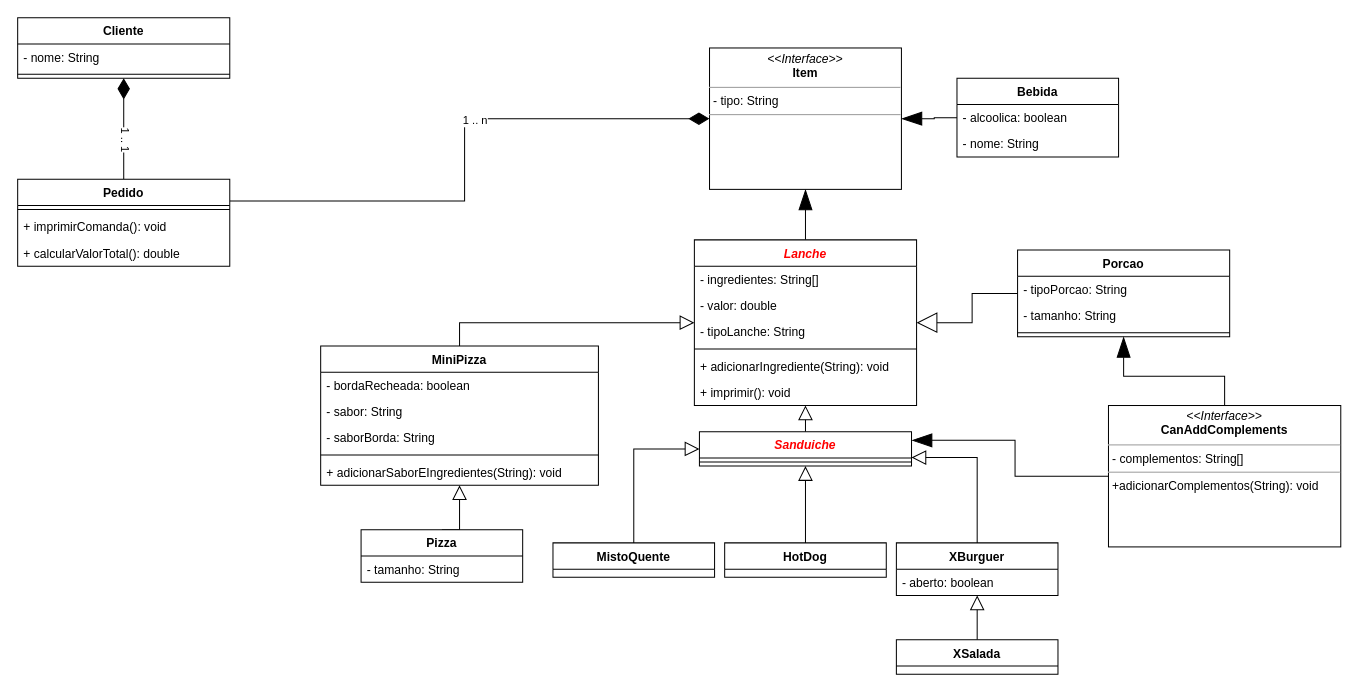
Above: page "Page-1" (1 of 4) of diagramas.drawio in hannaBanannaOF/entra21-git-inicio (draw.io), before the change. Source tidied: cells renumbered, new cells numbered last; positions are measured from the earlier drawing's top-left corner, leaving out a move shared by most shapes. Both pictures are drawn from the tidied source at 101%, with x=0, y=0 at pixel (17, 17).
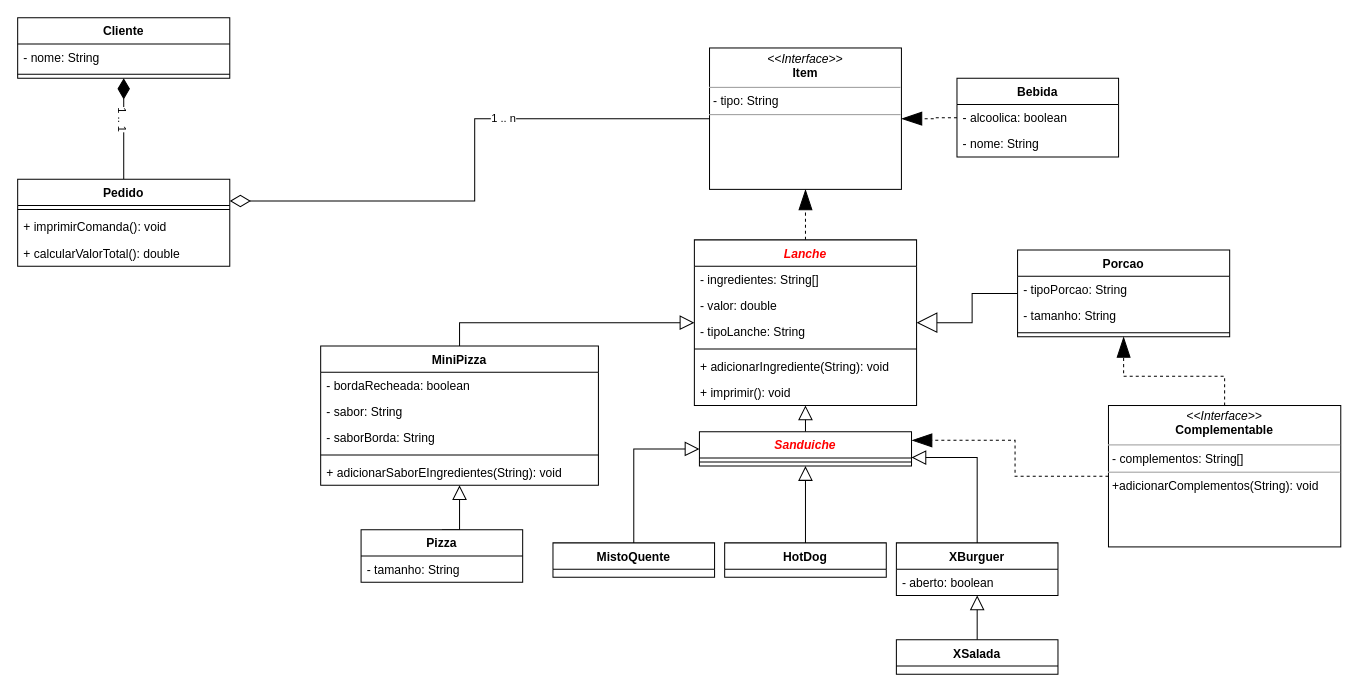
The same diagram, later.

The change refers to these unchanged cells:
```xml
<mxCell id="3" value="Lanche" style="swimlane;fontStyle=3;align=center;verticalAlign=top;horizontal=1;startSize=26;fontColor=#FF0000;" parent="1" vertex="1">
  <mxGeometry x="670" y="220" width="220" height="164" as="geometry" />
</mxCell>
<mxCell id="22" value="Pedido" style="swimlane;fontStyle=1;align=center;verticalAlign=top;horizontal=1;startSize=26;" parent="1" vertex="1">
  <mxGeometry y="160" width="210" height="86" as="geometry" />
</mxCell>
<mxCell id="26" value="Cliente" style="swimlane;fontStyle=1;align=center;verticalAlign=top;horizontal=1;startSize=26;" parent="1" vertex="1">
  <mxGeometry width="210" height="60" as="geometry" />
</mxCell>
<mxCell id="37" value="Sanduiche" style="swimlane;fontStyle=3;align=center;verticalAlign=top;horizontal=1;startSize=26;fontColor=#FF0000;" parent="1" vertex="1">
  <mxGeometry x="675" y="410" width="210" height="34" as="geometry" />
</mxCell>
<mxCell id="44" value="Bebida" style="swimlane;fontStyle=1;align=center;verticalAlign=top;horizontal=1;startSize=26;" parent="1" vertex="1">
  <mxGeometry x="930" y="60" width="160" height="78" as="geometry" />
</mxCell>
<mxCell id="47" value="&lt;p style=&quot;margin:0px;margin-top:4px;text-align:center;&quot;&gt;&lt;i&gt;&amp;lt;&amp;lt;Interface&amp;gt;&amp;gt;&lt;/i&gt;&lt;br&gt;&lt;b&gt;Item&lt;/b&gt;&lt;/p&gt;&lt;hr size=&quot;1&quot;&gt;&lt;p style=&quot;margin:0px;margin-left:4px;&quot;&gt;- tipo: String&lt;br&gt;&lt;/p&gt;&lt;hr size=&quot;1&quot;&gt;&lt;p style=&quot;margin:0px;margin-left:4px;&quot;&gt;&lt;br&gt;&lt;/p&gt;" style="verticalAlign=top;align=left;overflow=fill;fontSize=12;fontFamily=Helvetica;html=1;" parent="1" vertex="1">
  <mxGeometry x="685" y="30" width="190" height="140" as="geometry" />
</mxCell>
<mxCell id="49" value="Porcao" style="swimlane;fontStyle=1;align=center;verticalAlign=top;horizontal=1;startSize=26;fontColor=#000000;" parent="1" vertex="1">
  <mxGeometry x="990" y="230" width="210" height="86" as="geometry" />
</mxCell>
```

What changed in the source:
```diff
@@
-    <mxCell id="2" style="edgeStyle=orthogonalEdgeStyle;rounded=0;jettySize=auto;html=1;exitX=0.5;exitY=0;exitDx=0;exitDy=0;entryX=0.5;entryY=1;entryDx=0;entryDy=0;endArrow=blockThin;endFill=1;endSize=18;" parent="1" edge="1" source="3" target="47">
+    <mxCell id="2" style="edgeStyle=orthogonalEdgeStyle;rounded=0;jettySize=auto;html=1;exitX=0.5;exitY=0;exitDx=0;exitDy=0;entryX=0.5;entryY=1;entryDx=0;entryDy=0;endArrow=blockThin;endFill=1;endSize=18;dashed=1;" parent="1" edge="1" source="3" target="47">
       <mxGeometry relative="1" as="geometry" />
     </mxCell>
@@
-    <mxCell id="18" style="edgeStyle=orthogonalEdgeStyle;rounded=0;jettySize=auto;html=1;exitX=0.5;exitY=0;exitDx=0;exitDy=0;entryX=0.5;entryY=1;entryDx=0;entryDy=0;endArrow=diamondThin;endFill=1;endSize=18;" parent="1" edge="1" source="22" target="26">
+    <mxCell id="18" style="edgeStyle=orthogonalEdgeStyle;rounded=0;jettySize=auto;html=1;exitX=0.5;exitY=0;exitDx=0;exitDy=0;entryX=0.5;entryY=1;entryDx=0;entryDy=0;endArrow=diamondThin;endFill=1;endSize=18;startArrow=none;startFill=0;startSize=18;" parent="1" edge="1" source="22" target="26">
       <mxGeometry relative="1" as="geometry" />
     </mxCell>
     <mxCell id="19" value="1 .. 1" style="edgeLabel;html=1;align=center;verticalAlign=middle;rotation=90;" parent="18" vertex="1">
-      <mxGeometry x="-0.2" y="-3" relative="1" as="geometry" />
+      <mxGeometry x="-0.2" y="-3" relative="1" as="geometry">
+        <mxPoint x="-3" y="-20" as="offset" />
+      </mxGeometry>
     </mxCell>
-    <mxCell id="20" style="edgeStyle=orthogonalEdgeStyle;rounded=0;jettySize=auto;html=1;exitX=1;exitY=0.25;exitDx=0;exitDy=0;entryX=0;entryY=0.5;entryDx=0;entryDy=0;endArrow=diamondThin;endFill=1;endSize=18;" parent="1" edge="1" source="22" target="47">
+    <mxCell id="20" style="edgeStyle=orthogonalEdgeStyle;rounded=0;jettySize=auto;html=1;exitX=1;exitY=0.25;exitDx=0;exitDy=0;entryX=0;entryY=0.5;entryDx=0;entryDy=0;endArrow=none;endFill=0;endSize=18;startArrow=diamondThin;startFill=0;startSize=18;" parent="1" edge="1" source="22" target="47">
       <mxGeometry relative="1" as="geometry" />
     </mxCell>
     <mxCell id="21" value="1 .. n" style="edgeLabel;html=1;align=center;verticalAlign=middle;" parent="20" vertex="1">
       <mxGeometry x="0.16" y="-1" relative="1" as="geometry">
-        <mxPoint x="1" as="offset" />
+        <mxPoint x="27" y="-2" as="offset" />
       </mxGeometry>
     </mxCell>
@@
-    <mxCell id="43" style="edgeStyle=orthogonalEdgeStyle;rounded=0;jettySize=auto;html=1;exitX=0;exitY=0.5;exitDx=0;exitDy=0;entryX=1;entryY=0.5;entryDx=0;entryDy=0;endArrow=blockThin;endFill=1;endSize=18;" parent="1" edge="1" source="44" target="47">
+    <mxCell id="43" style="edgeStyle=orthogonalEdgeStyle;rounded=0;jettySize=auto;html=1;exitX=0;exitY=0.5;exitDx=0;exitDy=0;entryX=1;entryY=0.5;entryDx=0;entryDy=0;endArrow=blockThin;endFill=1;endSize=18;dashed=1;" parent="1" edge="1" source="44" target="47">
       <mxGeometry relative="1" as="geometry" />
     </mxCell>
@@
-    <mxCell id="53" style="edgeStyle=orthogonalEdgeStyle;rounded=0;jettySize=auto;html=1;exitX=0.5;exitY=0;exitDx=0;exitDy=0;entryX=0.5;entryY=1;entryDx=0;entryDy=0;endArrow=blockThin;endFill=1;endSize=18;" parent="1" edge="1" source="55" target="49">
+    <mxCell id="53" style="edgeStyle=orthogonalEdgeStyle;rounded=0;jettySize=auto;html=1;exitX=0.5;exitY=0;exitDx=0;exitDy=0;entryX=0.5;entryY=1;entryDx=0;entryDy=0;endArrow=blockThin;endFill=1;endSize=18;dashed=1;" parent="1" edge="1" source="55" target="49">
       <mxGeometry relative="1" as="geometry" />
     </mxCell>
-    <mxCell id="54" style="edgeStyle=orthogonalEdgeStyle;rounded=0;jettySize=auto;html=1;exitX=0;exitY=0.5;exitDx=0;exitDy=0;entryX=1;entryY=0.25;entryDx=0;entryDy=0;endArrow=blockThin;endFill=1;endSize=18;" parent="1" edge="1" source="55" target="37">
+    <mxCell id="54" style="edgeStyle=orthogonalEdgeStyle;rounded=0;jettySize=auto;html=1;exitX=0;exitY=0.5;exitDx=0;exitDy=0;entryX=1;entryY=0.25;entryDx=0;entryDy=0;endArrow=blockThin;endFill=1;endSize=18;dashed=1;" parent="1" edge="1" source="55" target="37">
       <mxGeometry relative="1" as="geometry" />
     </mxCell>
-    <mxCell id="55" value="&lt;p style=&quot;margin:0px;margin-top:4px;text-align:center;&quot;&gt;&lt;i&gt;&amp;lt;&amp;lt;Interface&amp;gt;&amp;gt;&lt;/i&gt;&lt;br&gt;&lt;b&gt;CanAddComplements&lt;/b&gt;&lt;/p&gt;&lt;hr size=&quot;1&quot;&gt;&lt;p style=&quot;margin:0px;margin-left:4px;&quot;&gt;- complementos: String[]&lt;br&gt;&lt;/p&gt;&lt;hr size=&quot;1&quot;&gt;&lt;p style=&quot;margin:0px;margin-left:4px;&quot;&gt;+adicionarComplementos(String): void&lt;/p&gt;" style="verticalAlign=top;align=left;overflow=fill;fontSize=12;fontFamily=Helvetica;html=1;" parent="1" vertex="1">
+    <mxCell id="55" value="&lt;p style=&quot;margin:0px;margin-top:4px;text-align:center;&quot;&gt;&lt;i&gt;&amp;lt;&amp;lt;Interface&amp;gt;&amp;gt;&lt;/i&gt;&lt;br&gt;&lt;b&gt;Complementable&lt;/b&gt;&lt;/p&gt;&lt;hr size=&quot;1&quot;&gt;&lt;p style=&quot;margin:0px;margin-left:4px;&quot;&gt;- complementos: String[]&lt;br&gt;&lt;/p&gt;&lt;hr size=&quot;1&quot;&gt;&lt;p style=&quot;margin:0px;margin-left:4px;&quot;&gt;+adicionarComplementos(String): void&lt;/p&gt;" style="verticalAlign=top;align=left;overflow=fill;fontSize=12;fontFamily=Helvetica;html=1;" parent="1" vertex="1">
       <mxGeometry x="1080" y="384" width="230" height="140" as="geometry" />
     </mxCell>
```
